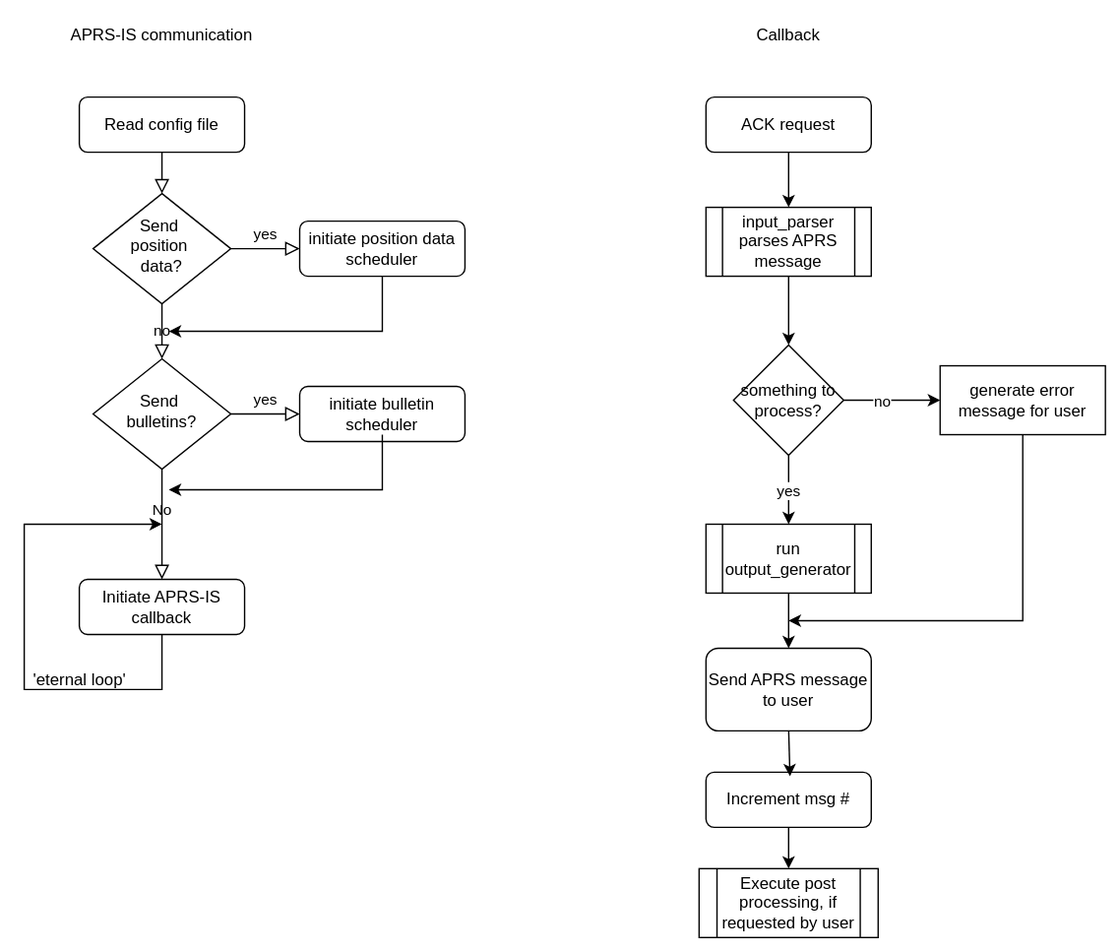
The draw.io diagram img/schematics.svg in joergschultzelutter/core-aprs-client, before a commit. Source tidied: cells renumbered, new cells last; positions are measured from the earlier drawing's top-left corner, leaving out a move shared by most shapes.
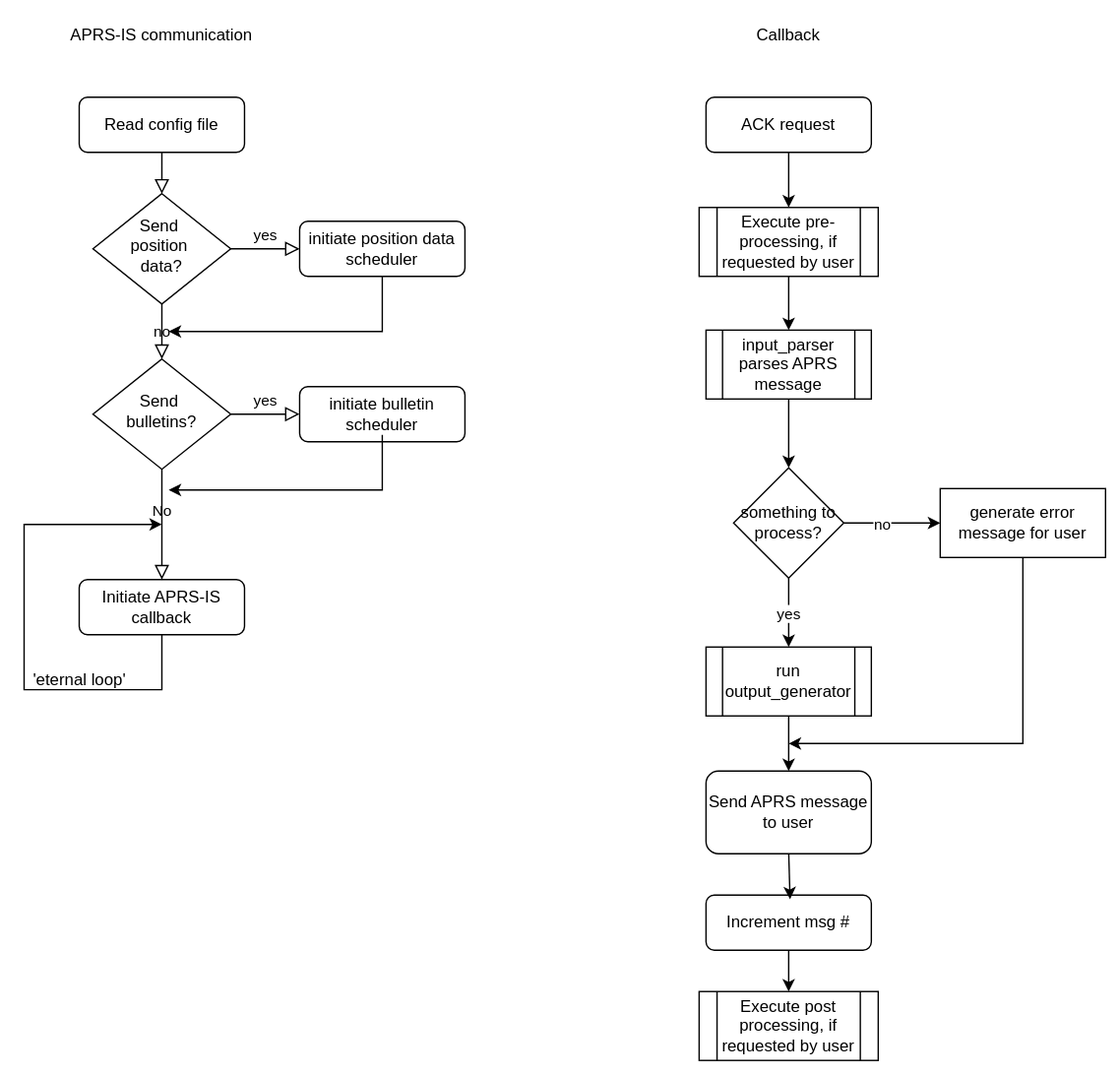
Later version of the same file.

What changed in the source:
```diff
@@ -59,18 +59,18 @@
       <mxGeometry x="500" y="60" width="120" height="40" as="geometry" />
     </mxCell>
     <mxCell id="18" value="input_parser parses APRS message" style="shape=process;whiteSpace=wrap;html=1;backgroundOutline=1;" parent="1" vertex="1">
-      <mxGeometry x="500" y="140" width="120" height="50" as="geometry" />
+      <mxGeometry x="500" y="229" width="120" height="50" as="geometry" />
     </mxCell>
     <mxCell id="19" value="something to process?" style="rhombus;whiteSpace=wrap;html=1;" parent="1" vertex="1">
-      <mxGeometry x="520" y="240" width="80" height="80" as="geometry" />
+      <mxGeometry x="520" y="329" width="80" height="80" as="geometry" />
     </mxCell>
     <mxCell id="20" value="run output_generator" style="shape=process;whiteSpace=wrap;html=1;backgroundOutline=1;" parent="1" vertex="1">
-      <mxGeometry x="500" y="370" width="120" height="50" as="geometry" />
+      <mxGeometry x="500" y="459" width="120" height="50" as="geometry" />
     </mxCell>
     <mxCell id="21" value="generate error message for user" style="rounded=0;whiteSpace=wrap;html=1;" parent="1" vertex="1">
-      <mxGeometry x="670" y="255" width="120" height="50" as="geometry" />
+      <mxGeometry x="670" y="344" width="120" height="50" as="geometry" />
     </mxCell>
-    <mxCell id="22" style="endArrow=classic;html=1;rounded=0;exitX=0.5;exitY=1;exitDx=0;exitDy=0;entryX=0.5;entryY=0;entryDx=0;entryDy=0;" parent="1" edge="1" source="17" target="18">
+    <mxCell id="22" style="endArrow=classic;html=1;rounded=0;exitX=0.5;exitY=1;exitDx=0;exitDy=0;entryX=0.5;entryY=0;entryDx=0;entryDy=0;" parent="1" edge="1" source="17" target="37">
       <mxGeometry relative="1" as="geometry" />
     </mxCell>
     <mxCell id="23" style="endArrow=classic;html=1;rounded=0;entryX=0.5;entryY=0;entryDx=0;entryDy=0;exitX=0.5;exitY=1;exitDx=0;exitDy=0;" parent="1" edge="1" source="18" target="19">
@@ -92,13 +92,13 @@
       <mxGeometry relative="1" as="geometry" />
     </mxCell>
     <mxCell id="29" value="Send APRS message to user" style="rounded=1;whiteSpace=wrap;html=1;" parent="1" vertex="1">
-      <mxGeometry x="500" y="460" width="120" height="60" as="geometry" />
+      <mxGeometry x="500" y="549" width="120" height="60" as="geometry" />
     </mxCell>
     <mxCell id="30" style="endArrow=classic;html=1;rounded=0;exitX=0.5;exitY=1;exitDx=0;exitDy=0;" parent="1" edge="1" source="21">
       <mxGeometry relative="1" as="geometry">
-        <mxPoint x="560" y="440" as="targetPoint" />
+        <mxPoint x="560" y="529" as="targetPoint" />
         <Array as="points">
-          <mxPoint x="730" y="440" />
+          <mxPoint x="730" y="529" />
         </Array>
       </mxGeometry>
     </mxCell>
@@ -121,19 +121,25 @@
       </mxGeometry>
     </mxCell>
     <mxCell id="33" value="Increment msg #" style="rounded=1;whiteSpace=wrap;html=1;" parent="1" vertex="1">
-      <mxGeometry x="500" y="550" width="120" height="40" as="geometry" />
+      <mxGeometry x="500" y="639" width="120" height="40" as="geometry" />
     </mxCell>
     <mxCell id="34" style="endArrow=classic;html=1;rounded=0;entryX=0.45;entryY=0.075;entryDx=0;entryDy=0;exitX=0.442;exitY=1;exitDx=0;exitDy=0;exitPerimeter=0;entryPerimeter=0;" parent="1" edge="1">
       <mxGeometry relative="1" as="geometry">
-        <mxPoint x="560" y="520" as="sourcePoint" />
-        <mxPoint x="561" y="553" as="targetPoint" />
+        <mxPoint x="560" y="609" as="sourcePoint" />
+        <mxPoint x="561" y="642" as="targetPoint" />
       </mxGeometry>
     </mxCell>
     <mxCell id="35" value="Execute post processing, if requested by user" style="shape=process;whiteSpace=wrap;html=1;backgroundOutline=1;" parent="1" vertex="1">
-      <mxGeometry x="495" y="620" width="130" height="50" as="geometry" />
+      <mxGeometry x="495" y="709" width="130" height="50" as="geometry" />
     </mxCell>
     <mxCell id="36" style="endArrow=classic;html=1;rounded=0;entryX=0.5;entryY=0;entryDx=0;entryDy=0;exitX=0.5;exitY=1;exitDx=0;exitDy=0;" parent="1" edge="1" source="33" target="35">
       <mxGeometry relative="1" as="geometry" />
     </mxCell>
+    <mxCell id="37" value="Execute pre-processing, if requested by user" style="shape=process;whiteSpace=wrap;html=1;backgroundOutline=1;" parent="1" vertex="1">
+      <mxGeometry x="495" y="140" width="130" height="50" as="geometry" />
+    </mxCell>
+    <mxCell id="38" style="endArrow=classic;html=1;rounded=0;entryX=0.5;entryY=0;entryDx=0;entryDy=0;exitX=0.5;exitY=1;exitDx=0;exitDy=0;" parent="1" edge="1" source="37" target="18">
+      <mxGeometry relative="1" as="geometry" />
+    </mxCell>
   </root>
 </mxGraphModel>
```
